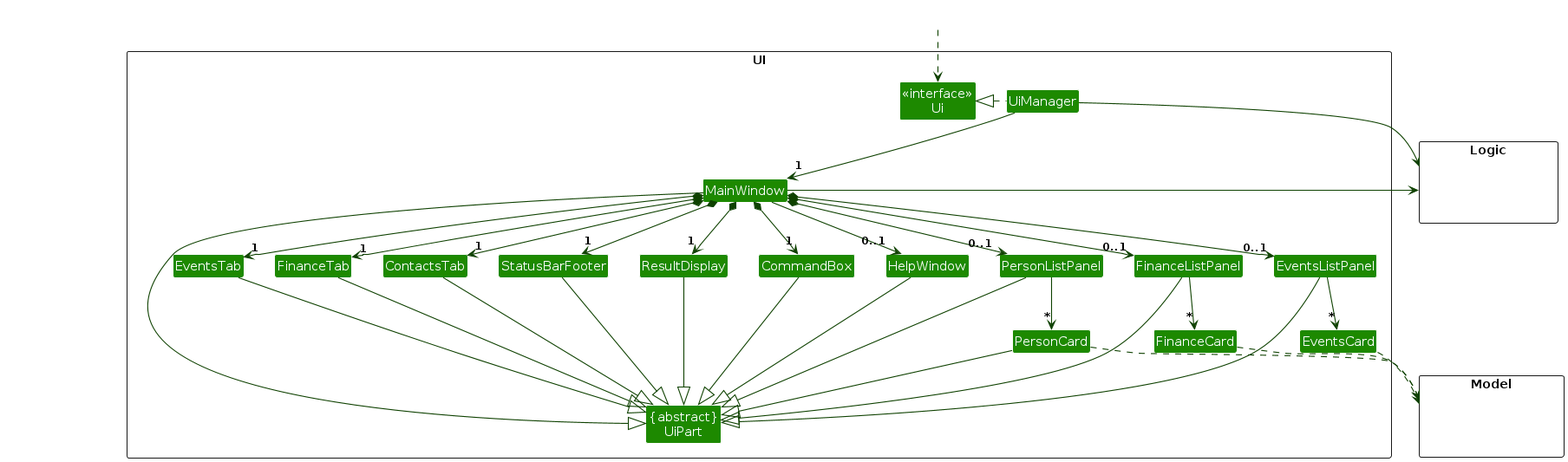
This is diagrams/UiClassDiagram.png from dloh2236/tp, a PlantUML export, as it was before one commit. Its source is kept beside it as diagrams/UiClassDiagram.puml. Its diagram source:
```plantuml
@startuml
!include style.puml
skinparam arrowThickness 1.1
skinparam arrowColor UI_COLOR_T4
skinparam classBackgroundColor UI_COLOR

package UI <<Rectangle>>{
Class "<<interface>>\nUi" as Ui
Class "{abstract}\nUiPart" as UiPart
Class UiManager
Class MainWindow
Class HelpWindow
Class ResultDisplay
Class PersonListPanel
Class PersonCard
Class FinanceListPanel
Class FinanceCard
Class EventsListPanel
Class EventsCard
Class StatusBarFooter
Class CommandBox
Class ContactsTab
Class FinanceTab
Class EventsTab
}

package Model <<Rectangle>> {
Class HiddenModel #FFFFFF
}

package Logic <<Rectangle>> {
Class HiddenLogic #FFFFFF
}

Class HiddenOutside #FFFFFF
HiddenOutside ..> Ui

UiManager .left.|> Ui
UiManager -down-> "1" MainWindow
MainWindow *-down->  "1" CommandBox
MainWindow *-down-> "1" ResultDisplay
MainWindow *-down-> "0..1" PersonListPanel
MainWindow *-down-> "0..1" FinanceListPanel
MainWindow *-down-> "0..1" EventsListPanel
MainWindow *-down-> "1" StatusBarFooter
MainWindow *-down-> "1" ContactsTab
MainWindow *-down-> "1" FinanceTab
MainWindow *-down-> "1" EventsTab
MainWindow --> "0..1" HelpWindow

PersonListPanel -down-> "*" PersonCard
FinanceListPanel -down-> "*" FinanceCard
EventsListPanel -down-> "*" EventsCard


MainWindow -left-|> UiPart

ResultDisplay --|> UiPart
CommandBox --|> UiPart
PersonListPanel --|> UiPart
PersonCard --|> UiPart
EventsListPanel --|> UiPart
FinanceListPanel --|> UiPart
StatusBarFooter --|> UiPart
HelpWindow --|> UiPart
ContactsTab --|> UiPart
FinanceTab --|> UiPart
EventsTab --|> UiPart

PersonCard ..> Model
FinanceCard ..> Model
EventsCard ..> Model
UiManager -right-> Logic
MainWindow -left-> Logic


PersonListPanel -[hidden]left- HelpWindow
FinanceListPanel -[hidden]left- HelpWindow
EventsListPanel -[hidden]left- HelpWindow
HelpWindow -[hidden]left- CommandBox
CommandBox -[hidden]left- ResultDisplay
ResultDisplay -[hidden]left- StatusBarFooter
StatusBarFooter -[hidden]left- ContactsTab
ContactsTab -[hidden]left- FinanceTab
FinanceTab -[hidden]left- EventsTab

MainWindow -[hidden]-|> UiPart
@enduml
```
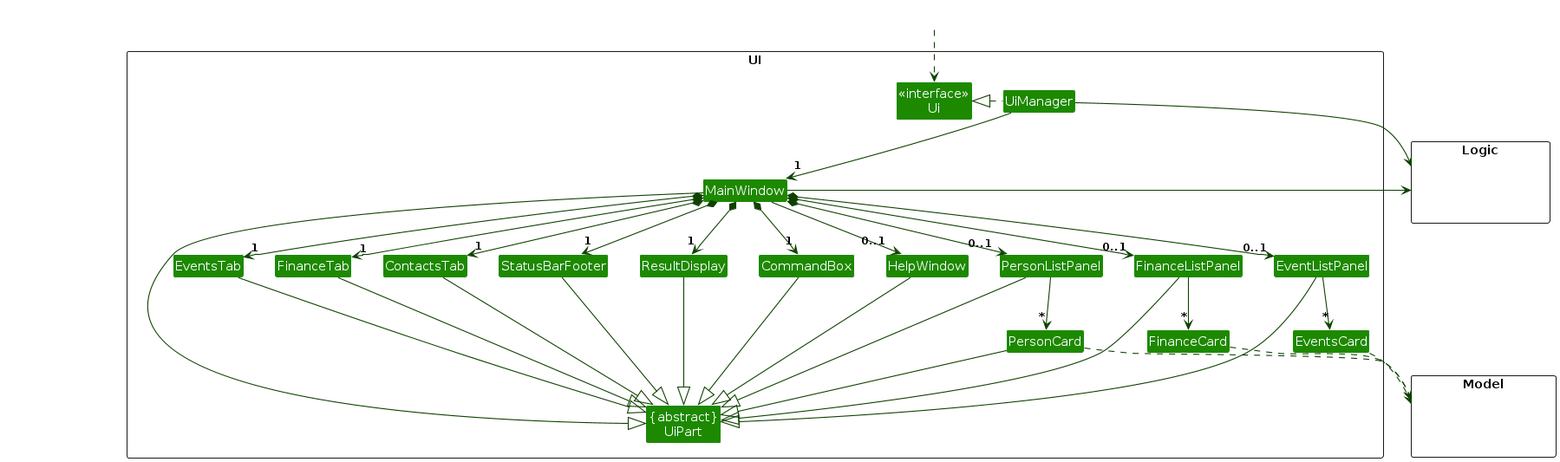
After the commit.

The edit, as a diff of the source:
```diff
@@ -15,7 +15,7 @@
 Class PersonCard
 Class FinanceListPanel
 Class FinanceCard
-Class EventsListPanel
+Class EventListPanel
 Class EventsCard
 Class StatusBarFooter
 Class CommandBox
@@ -41,7 +41,7 @@
 MainWindow *-down-> "1" ResultDisplay
 MainWindow *-down-> "0..1" PersonListPanel
 MainWindow *-down-> "0..1" FinanceListPanel
-MainWindow *-down-> "0..1" EventsListPanel
+MainWindow *-down-> "0..1" EventListPanel
 MainWindow *-down-> "1" StatusBarFooter
 MainWindow *-down-> "1" ContactsTab
 MainWindow *-down-> "1" FinanceTab
@@ -50,7 +50,7 @@
 
 PersonListPanel -down-> "*" PersonCard
 FinanceListPanel -down-> "*" FinanceCard
-EventsListPanel -down-> "*" EventsCard
+EventListPanel -down-> "*" EventsCard
 
 
 MainWindow -left-|> UiPart
@@ -59,7 +59,7 @@
 CommandBox --|> UiPart
 PersonListPanel --|> UiPart
 PersonCard --|> UiPart
-EventsListPanel --|> UiPart
+EventListPanel --|> UiPart
 FinanceListPanel --|> UiPart
 StatusBarFooter --|> UiPart
 HelpWindow --|> UiPart
@@ -76,7 +76,7 @@
 
 PersonListPanel -[hidden]left- HelpWindow
 FinanceListPanel -[hidden]left- HelpWindow
-EventsListPanel -[hidden]left- HelpWindow
+EventListPanel -[hidden]left- HelpWindow
 HelpWindow -[hidden]left- CommandBox
 CommandBox -[hidden]left- ResultDisplay
 ResultDisplay -[hidden]left- StatusBarFooter
```
